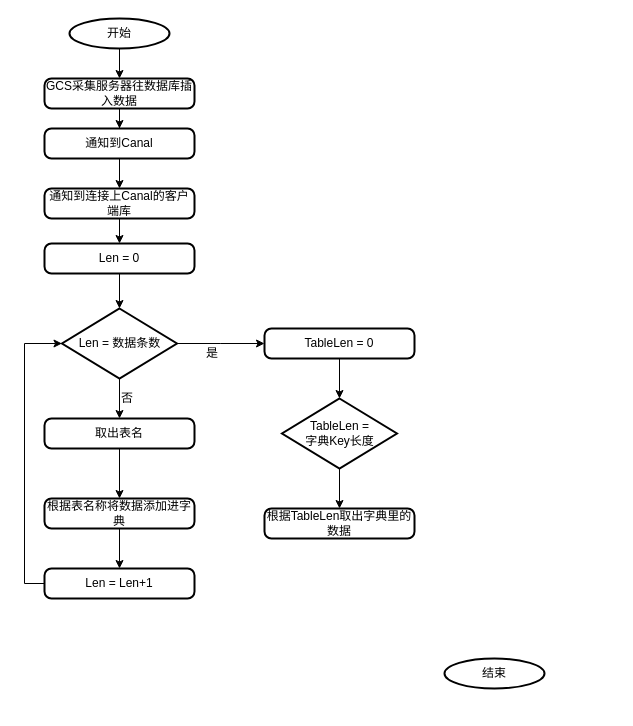
Before: 数据推送流程.drawio in HousionQ/draw, a draw.io diagram. Source tidied: cells renumbered, new cells numbered last; positions are measured from the earlier drawing's top-left corner, leaving out a move shared by most shapes. Both pictures are drawn from the tidied source at 100%, with x=0, y=0 at pixel (44, 18).
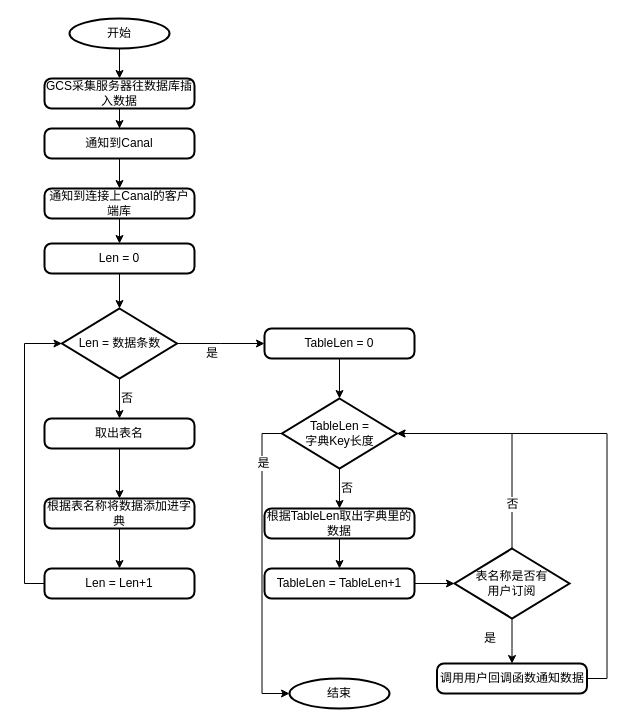
After the change.

Commit message (it also covers changes not shown here):
更新数据推送流程.drawio

The change refers to these unchanged cells:
```xml
<mxCell id="27" value="TableLen = &lt;br&gt;字典Key长度" style="strokeWidth=2;html=1;shape=mxgraph.flowchart.decision;whiteSpace=wrap;" parent="1" vertex="1">
  <mxGeometry x="237.5" y="380" width="115" height="70" as="geometry" />
</mxCell>
<mxCell id="28" value="根据TableLen取出字典里的数据" style="rounded=1;whiteSpace=wrap;html=1;absoluteArcSize=1;arcSize=14;strokeWidth=2;" parent="1" vertex="1">
  <mxGeometry x="220" y="490" width="150" height="30" as="geometry" />
</mxCell>
```

Diff of the diagram source:
```diff
@@
     <mxCell id="8" value="结束" style="strokeWidth=2;html=1;shape=mxgraph.flowchart.start_1;whiteSpace=wrap;" parent="1" vertex="1">
-      <mxGeometry x="400" y="640" width="100" height="30" as="geometry" />
+      <mxGeometry x="245" y="660" width="100" height="30" as="geometry" />
     </mxCell>
@@
+    <mxCell id="29" style="edgeStyle=orthogonalEdgeStyle;rounded=0;jettySize=auto;html=1;exitX=0;exitY=0.5;exitDx=0;exitDy=0;exitPerimeter=0;entryX=0;entryY=0.5;entryDx=0;entryDy=0;entryPerimeter=0;" parent="1" edge="1" source="27" target="8">
+      <mxGeometry relative="1" as="geometry" />
+    </mxCell>
+    <mxCell id="30" value="是" style="text;html=1;align=center;verticalAlign=middle;labelBackgroundColor=#ffffff;" parent="29" vertex="1">
+      <mxGeometry x="-0.68" y="1" relative="1" as="geometry" />
+    </mxCell>
@@
+    <mxCell id="31" style="edgeStyle=orthogonalEdgeStyle;rounded=0;jettySize=auto;html=1;exitX=0.5;exitY=1;exitDx=0;exitDy=0;entryX=0.5;entryY=0;entryDx=0;entryDy=0;" parent="1" edge="1" source="28" target="33">
+      <mxGeometry relative="1" as="geometry" />
+    </mxCell>
@@
+    <mxCell id="32" style="edgeStyle=orthogonalEdgeStyle;rounded=0;jettySize=auto;html=1;exitX=1;exitY=0.5;exitDx=0;exitDy=0;entryX=0;entryY=0.5;entryDx=0;entryDy=0;entryPerimeter=0;" parent="1" edge="1" source="33" target="37">
+      <mxGeometry relative="1" as="geometry" />
+    </mxCell>
+    <mxCell id="33" value="TableLen = TableLen+1" style="rounded=1;whiteSpace=wrap;html=1;absoluteArcSize=1;arcSize=14;strokeWidth=2;" parent="1" vertex="1">
+      <mxGeometry x="220" y="550" width="150" height="30" as="geometry" />
+    </mxCell>
+    <mxCell id="34" style="edgeStyle=orthogonalEdgeStyle;rounded=0;jettySize=auto;html=1;exitX=0.5;exitY=0;exitDx=0;exitDy=0;exitPerimeter=0;entryX=1;entryY=0.5;entryDx=0;entryDy=0;entryPerimeter=0;" parent="1" edge="1" source="37" target="27">
+      <mxGeometry relative="1" as="geometry" />
+    </mxCell>
+    <mxCell id="35" value="否" style="text;html=1;align=center;verticalAlign=middle;labelBackgroundColor=#ffffff;" parent="34" vertex="1">
+      <mxGeometry x="-0.59" y="-3" relative="1" as="geometry">
+        <mxPoint x="-3.5" y="2" as="offset" />
+      </mxGeometry>
+    </mxCell>
+    <mxCell id="36" style="edgeStyle=orthogonalEdgeStyle;rounded=0;jettySize=auto;html=1;exitX=0.5;exitY=1;exitDx=0;exitDy=0;exitPerimeter=0;entryX=0.5;entryY=0;entryDx=0;entryDy=0;" parent="1" edge="1" source="37" target="39">
+      <mxGeometry relative="1" as="geometry">
+        <Array as="points">
+          <mxPoint x="468" y="630" />
+          <mxPoint x="468" y="630" />
+        </Array>
+      </mxGeometry>
+    </mxCell>
+    <mxCell id="37" value="表名称是否有&lt;br&gt;用户订阅" style="strokeWidth=2;html=1;shape=mxgraph.flowchart.decision;whiteSpace=wrap;" parent="1" vertex="1">
+      <mxGeometry x="410" y="530" width="115" height="70" as="geometry" />
+    </mxCell>
+    <mxCell id="38" style="edgeStyle=orthogonalEdgeStyle;rounded=0;jettySize=auto;html=1;exitX=1;exitY=0.5;exitDx=0;exitDy=0;entryX=1;entryY=0.5;entryDx=0;entryDy=0;entryPerimeter=0;" parent="1" edge="1" source="39" target="27">
+      <mxGeometry relative="1" as="geometry" />
+    </mxCell>
+    <mxCell id="39" value="调用用户回调函数通知数据" style="rounded=1;whiteSpace=wrap;html=1;absoluteArcSize=1;arcSize=14;strokeWidth=2;" parent="1" vertex="1">
+      <mxGeometry x="392.5" y="645" width="150" height="30" as="geometry" />
+    </mxCell>
+    <mxCell id="40" value="是" style="text;html=1;align=left;verticalAlign=top;spacingTop=-4;" parent="1" vertex="1">
+      <mxGeometry x="437.5" y="610" width="30" height="20" as="geometry" />
+    </mxCell>
+    <mxCell id="41" value="否" style="text;html=1;align=left;verticalAlign=top;spacingTop=-4;" parent="1" vertex="1">
+      <mxGeometry x="295" y="460" width="30" height="20" as="geometry" />
+    </mxCell>
```
